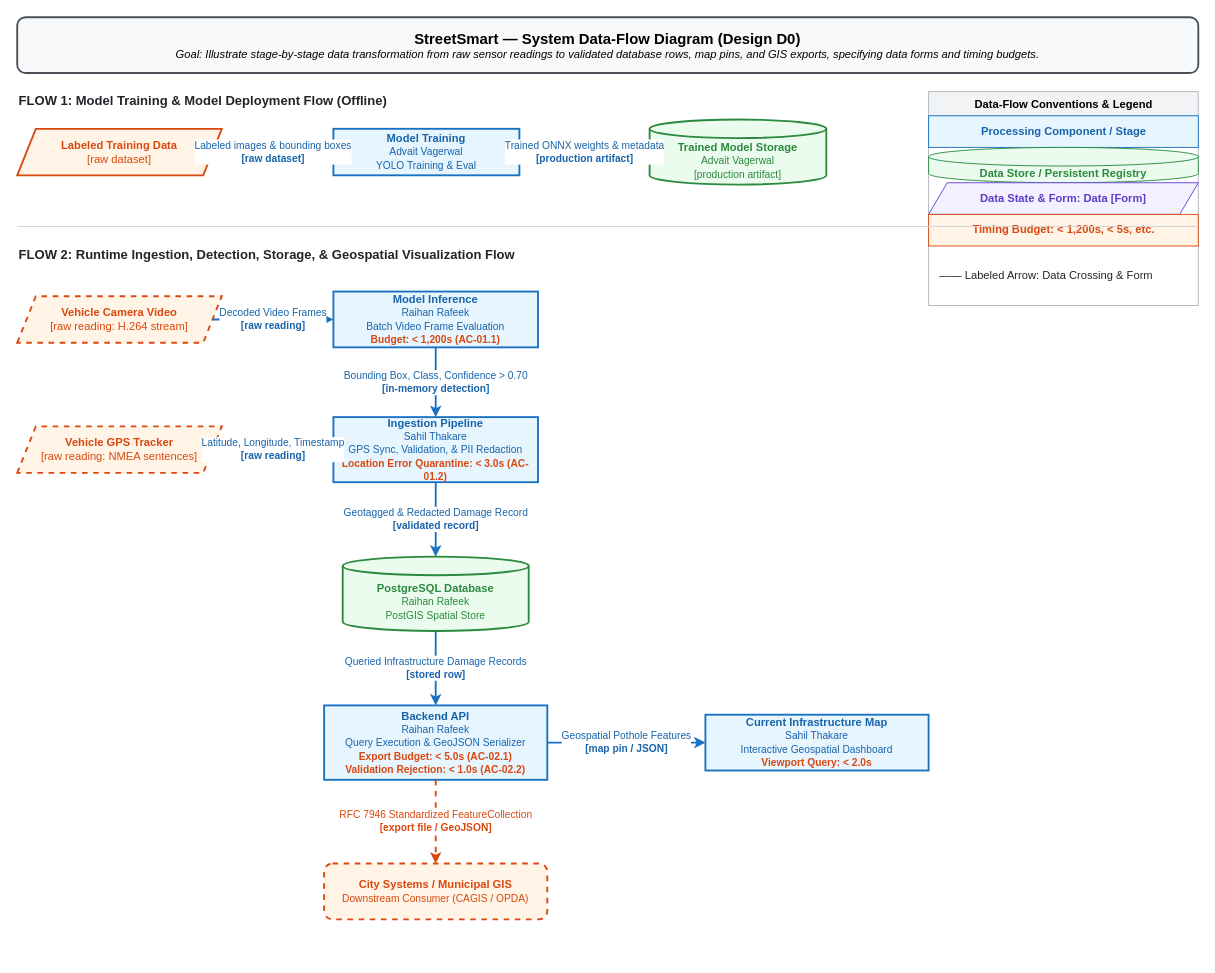
Advaitvag/StreetSmart-models keeps this draw.io diagram as SeniorDesign/Design_Diagrams/D0_Data_Flow_Diagram.drawio. Above is the earlier version. Source tidied: cells renumbered, new cells numbered last; positions are measured from the earlier drawing's top-left corner, leaving out a move shared by most shapes. Both pictures are drawn from the tidied source at 93%, with x=0, y=0 at pixel (17, 17).
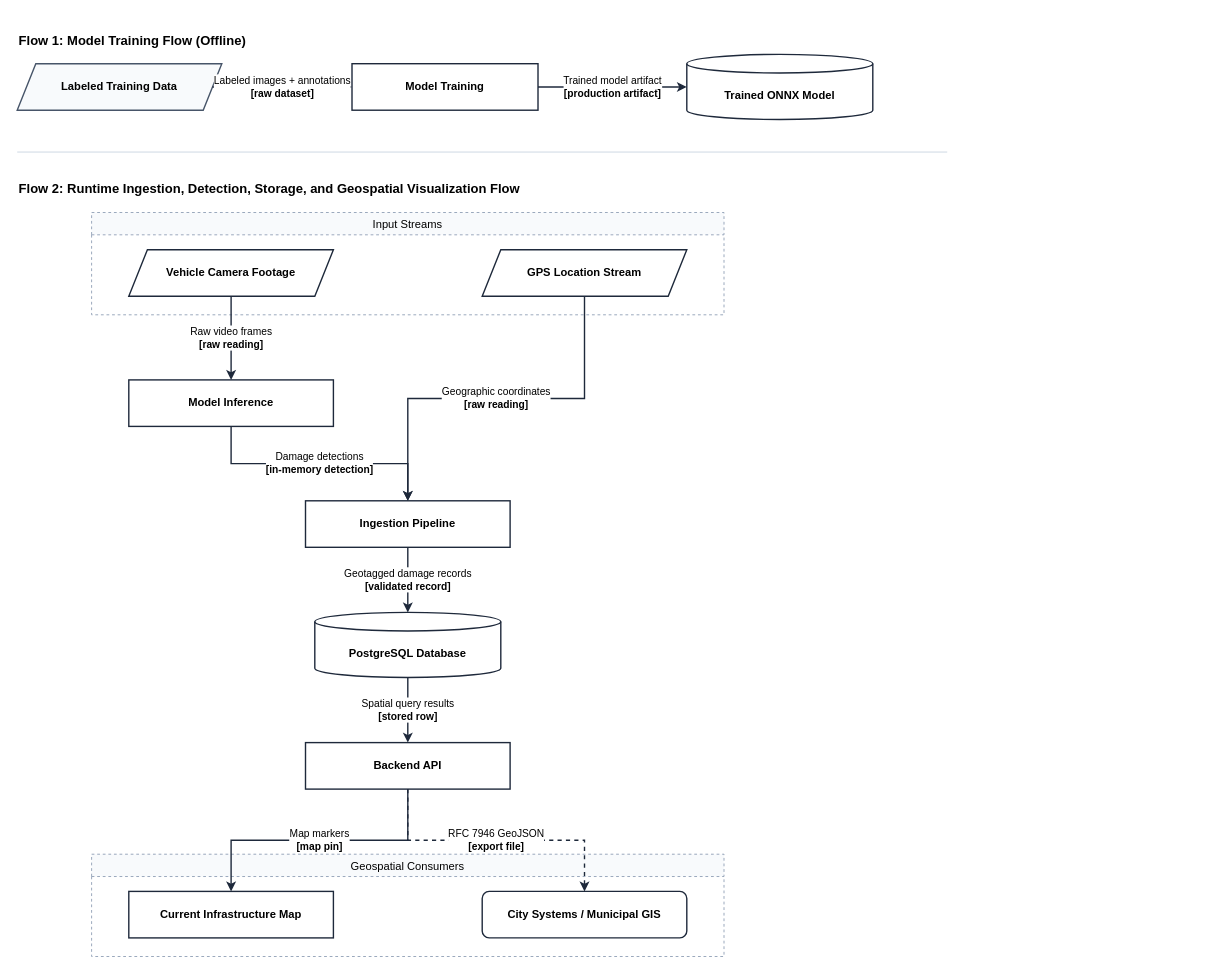
After the change.

Commit message (it also covers changes not shown here):
flow 2 diagram

Diff of the diagram source:
```diff
@@
-    <mxCell id="2" value="&lt;b style=&quot;font-size: 16px;&quot;&gt;StreetSmart — System Data-Flow Diagram (Design D0)&lt;/b&gt;&lt;br&gt;&lt;i&gt;Goal: Illustrate stage-by-stage data transformation from raw sensor readings to validated database rows, map pins, and GIS exports, specifying data forms and timing budgets.&lt;/i&gt;" style="rounded=1;whiteSpace=wrap;html=1;fillColor=#f8f9fa;strokeColor=#495057;strokeWidth=2;align=center;verticalAlign=middle;spacing=8;" parent="1" vertex="1">
-      <mxGeometry width="1270" height="60" as="geometry" />
-    </mxCell>
-    <mxCell id="3" value="&lt;b&gt;Data-Flow Conventions &amp; Legend&lt;/b&gt;" style="swimlane;fontStyle=1;align=center;verticalAlign=top;horizontal=1;startSize=26;html=1;fillColor=#f1f3f5;strokeColor=#adb5bd;" parent="1" vertex="1">
-      <mxGeometry x="980" y="80" width="290" height="230" as="geometry" />
-    </mxCell>
-    <mxCell id="4" value="Processing Component / Stage" style="text;strokeColor=#1971c2;fillColor=#e7f5ff;html=1;align=center;verticalAlign=middle;fontColor=#1864ab;fontStyle=1;spacing=4;" parent="3" vertex="1">
-      <mxGeometry y="26" width="290" height="34" as="geometry" />
-    </mxCell>
-    <mxCell id="5" value="Data Store / Persistent Registry" style="shape=cylinder3;whiteSpace=wrap;html=1;boundedLbl=1;backgroundOutline=1;size=10;fillColor=#ebfbee;strokeColor=#2b8a3e;fontColor=#2b8a3e;fontStyle=1;align=center;" parent="3" vertex="1">
-      <mxGeometry y="60" width="290" height="38" as="geometry" />
-    </mxCell>
-    <mxCell id="6" value="Data State &amp; Form: Data [Form]" style="shape=parallelogram;perimeter=parallelogramPerimeter;whiteSpace=wrap;html=1;fixedSize=1;fillColor=#f3f0ff;strokeColor=#6741d9;fontColor=#5f3dc4;fontStyle=1;" parent="3" vertex="1">
-      <mxGeometry y="98" width="290" height="34" as="geometry" />
-    </mxCell>
-    <mxCell id="7" value="Timing Budget: &lt; 1,200s, &lt; 5s, etc." style="text;strokeColor=#d9480f;fillColor=#fff4e6;html=1;align=center;verticalAlign=middle;fontColor=#d9480f;fontStyle=1;spacing=4;" parent="3" vertex="1">
-      <mxGeometry y="132" width="290" height="34" as="geometry" />
-    </mxCell>
-    <mxCell id="8" value="—— Labeled Arrow: Data Crossing &amp; Form" style="text;html=1;align=left;verticalAlign=middle;spacingLeft=10;fontColor=#212529;" parent="3" vertex="1">
-      <mxGeometry y="166" width="290" height="64" as="geometry" />
-    </mxCell>
-    <mxCell id="9" value="&lt;b style=&quot;font-size: 14px;&quot;&gt;FLOW 1: Model Training &amp; Model Deployment Flow (Offline)&lt;/b&gt;" style="text;html=1;align=left;verticalAlign=middle;fontColor=#212529;" parent="1" vertex="1">
-      <mxGeometry y="75" width="500" height="30" as="geometry" />
-    </mxCell>
-    <mxCell id="10" value="&lt;b&gt;Labeled Training Data&lt;/b&gt;&lt;br&gt;[raw dataset]" style="shape=parallelogram;perimeter=parallelogramPerimeter;whiteSpace=wrap;html=1;fixedSize=1;fillColor=#fff4e6;strokeColor=#d9480f;strokeWidth=2;fontColor=#d9480f;" parent="1" vertex="1">
-      <mxGeometry y="120" width="220" height="50" as="geometry" />
-    </mxCell>
+    <mxCell id="32" value="&lt;b style=&quot;font-size: 14px;&quot;&gt;Flow 1: Model Training Flow (Offline)&lt;/b&gt;" style="text;html=1;align=left;verticalAlign=middle;" parent="1" vertex="1">
+      <mxGeometry y="10" width="400" height="30" as="geometry" />
+    </mxCell>
+    <mxCell id="33" value="&lt;b&gt;Labeled Training Data&lt;/b&gt;" style="shape=parallelogram;perimeter=parallelogramPerimeter;whiteSpace=wrap;html=1;fixedSize=1;fillColor=#f8fafc;strokeColor=#475569;strokeWidth=1.5;" parent="1" vertex="1">
+      <mxGeometry y="50" width="220" height="50" as="geometry" />
+    </mxCell>
-    <mxCell id="11" value="&lt;b&gt;Model Training&lt;/b&gt;&lt;br&gt;&lt;font style=&quot;font-size: 11px;&quot;&gt;Advait Vagerwal&lt;br&gt;YOLO Training &amp; Eval&lt;/font&gt;" style="rounded=0;whiteSpace=wrap;html=1;fillColor=#e7f5ff;strokeColor=#1971c2;strokeWidth=2;fontColor=#1864ab;" parent="1" vertex="1">
-      <mxGeometry x="340" y="120" width="200" height="50" as="geometry" />
+    <mxCell id="11" value="&lt;b&gt;Model Training&lt;/b&gt;" style="rounded=0;whiteSpace=wrap;html=1;fillColor=#ffffff;strokeColor=#1e293b;strokeWidth=1.5;" parent="1" vertex="1">
+      <mxGeometry x="360" y="50" width="200" height="50" as="geometry" />
     </mxCell>
-    <mxCell id="12" value="&lt;b&gt;Trained Model Storage&lt;/b&gt;&lt;br&gt;&lt;font style=&quot;font-size: 11px;&quot;&gt;Advait Vagerwal&lt;br&gt;[production artifact]&lt;/font&gt;" style="shape=cylinder3;whiteSpace=wrap;html=1;boundedLbl=1;backgroundOutline=1;size=10;fillColor=#ebfbee;strokeColor=#2b8a3e;strokeWidth=2;fontColor=#2b8a3e;" parent="1" vertex="1">
-      <mxGeometry x="680" y="110" width="190" height="70" as="geometry" />
-    </mxCell>
-    <mxCell id="13" value="Labeled images &amp; bounding boxes&lt;br&gt;&lt;b&gt;[raw dataset]&lt;/b&gt;" style="edgeStyle=orthogonalEdgeStyle;rounded=0;jettySize=auto;html=1;strokeColor=#1971c2;strokeWidth=2;fontColor=#1864ab;" parent="1" edge="1" source="10" target="11">
-      <mxGeometry relative="1" as="geometry" />
-    </mxCell>
-    <mxCell id="14" value="Trained ONNX weights &amp; metadata&lt;br&gt;&lt;b&gt;[production artifact]&lt;/b&gt;" style="edgeStyle=orthogonalEdgeStyle;rounded=0;jettySize=auto;html=1;strokeColor=#1971c2;strokeWidth=2;fontColor=#1864ab;" parent="1" edge="1" source="11" target="12">
-      <mxGeometry relative="1" as="geometry" />
-    </mxCell>
-    <mxCell id="15" style="line;strokeWidth=1;strokeColor=#ced4da;html=1;" parent="1" vertex="1">
-      <mxGeometry y="220" width="1270" height="10" as="geometry" />
-    </mxCell>
-    <mxCell id="16" value="&lt;b style=&quot;font-size: 14px;&quot;&gt;FLOW 2: Runtime Ingestion, Detection, Storage, &amp; Geospatial Visualization Flow&lt;/b&gt;" style="text;html=1;align=left;verticalAlign=middle;fontColor=#212529;" parent="1" vertex="1">
-      <mxGeometry y="240" width="600" height="30" as="geometry" />
-    </mxCell>
-    <mxCell id="17" value="&lt;b&gt;Vehicle Camera Video&lt;/b&gt;&lt;br&gt;[raw reading: H.264 stream]" style="shape=parallelogram;perimeter=parallelogramPerimeter;whiteSpace=wrap;html=1;fixedSize=1;fillColor=#fff4e6;strokeColor=#d9480f;strokeWidth=2;dashed=1;fontColor=#d9480f;" parent="1" vertex="1">
-      <mxGeometry y="300" width="220" height="50" as="geometry" />
-    </mxCell>
+    <mxCell id="34" value="&lt;b&gt;Trained ONNX Model&lt;/b&gt;" style="shape=cylinder3;whiteSpace=wrap;html=1;boundedLbl=1;backgroundOutline=1;size=10;fillColor=#ffffff;strokeColor=#1e293b;strokeWidth=1.5;" parent="1" vertex="1">
+      <mxGeometry x="720" y="40" width="200" height="70" as="geometry" />
+    </mxCell>
+    <mxCell id="35" value="Labeled images + annotations&lt;br&gt;&lt;b&gt;[raw dataset]&lt;/b&gt;" style="edgeStyle=orthogonalEdgeStyle;rounded=0;jettySize=auto;html=1;strokeColor=#1e293b;strokeWidth=1.5;" parent="1" edge="1" source="33" target="11">
+      <mxGeometry relative="1" as="geometry" />
+    </mxCell>
+    <mxCell id="36" value="Trained model artifact&lt;br&gt;&lt;b&gt;[production artifact]&lt;/b&gt;" style="edgeStyle=orthogonalEdgeStyle;rounded=0;jettySize=auto;html=1;strokeColor=#1e293b;strokeWidth=1.5;" parent="1" edge="1" source="11" target="34">
+      <mxGeometry relative="1" as="geometry" />
+    </mxCell>
+    <mxCell id="37" style="line;strokeWidth=1;strokeColor=#cbd5e1;html=1;" parent="1" vertex="1">
+      <mxGeometry y="140" width="1000" height="10" as="geometry" />
+    </mxCell>
+    <mxCell id="38" value="&lt;b style=&quot;font-size: 14px;&quot;&gt;Flow 2: Runtime Ingestion, Detection, Storage, and Geospatial Visualization Flow&lt;/b&gt;" style="text;html=1;align=left;verticalAlign=middle;" parent="1" vertex="1">
+      <mxGeometry y="170" width="600" height="30" as="geometry" />
+    </mxCell>
+    <mxCell id="39" value="Input Streams" style="swimlane;dashed=1;strokeColor=#94a3b8;fillColor=#f8fafc;startSize=24;fontStyle=0;align=center;" parent="1" vertex="1">
+      <mxGeometry x="80" y="210" width="680" height="110" as="geometry" />
+    </mxCell>
+    <mxCell id="40" value="&lt;b&gt;Vehicle Camera Footage&lt;/b&gt;" style="shape=parallelogram;perimeter=parallelogramPerimeter;whiteSpace=wrap;html=1;fixedSize=1;fillColor=#ffffff;strokeColor=#1e293b;strokeWidth=1.5;" parent="39" vertex="1">
+      <mxGeometry x="40" y="40" width="220" height="50" as="geometry" />
+    </mxCell>
-    <mxCell id="18" value="&lt;b&gt;Vehicle GPS Tracker&lt;/b&gt;&lt;br&gt;[raw reading: NMEA sentences]" style="shape=parallelogram;perimeter=parallelogramPerimeter;whiteSpace=wrap;html=1;fixedSize=1;fillColor=#fff4e6;strokeColor=#d9480f;strokeWidth=2;dashed=1;fontColor=#d9480f;" parent="1" vertex="1">
-      <mxGeometry y="440" width="220" height="50" as="geometry" />
+    <mxCell id="18" value="&lt;b&gt;GPS Location Stream&lt;/b&gt;" style="shape=parallelogram;perimeter=parallelogramPerimeter;whiteSpace=wrap;html=1;fixedSize=1;fillColor=#ffffff;strokeColor=#1e293b;strokeWidth=1.5;" parent="39" vertex="1">
+      <mxGeometry x="420" y="40" width="220" height="50" as="geometry" />
     </mxCell>
-    <mxCell id="19" value="&lt;b&gt;Model Inference&lt;/b&gt;&lt;br&gt;&lt;font style=&quot;font-size: 11px;&quot;&gt;Raihan Rafeek&lt;br&gt;Batch Video Frame Evaluation&lt;br&gt;&lt;b style=&quot;color:#d9480f;&quot;&gt;Budget: &amp;lt; 1,200s (AC-01.1)&lt;/b&gt;&lt;/font&gt;" style="rounded=0;whiteSpace=wrap;html=1;fillColor=#e7f5ff;strokeColor=#1971c2;strokeWidth=2;fontColor=#1864ab;" parent="1" vertex="1">
-      <mxGeometry x="340" y="295" width="220" height="60" as="geometry" />
-    </mxCell>
-    <mxCell id="20" value="&lt;b&gt;Ingestion Pipeline&lt;/b&gt;&lt;br&gt;&lt;font style=&quot;font-size: 11px;&quot;&gt;Sahil Thakare&lt;br&gt;GPS Sync, Validation, &amp; PII Redaction&lt;br&gt;&lt;b style=&quot;color:#d9480f;&quot;&gt;Location Error Quarantine: &amp;lt; 3.0s (AC-01.2)&lt;/b&gt;&lt;/font&gt;" style="rounded=0;whiteSpace=wrap;html=1;fillColor=#e7f5ff;strokeColor=#1971c2;strokeWidth=2;fontColor=#1864ab;" parent="1" vertex="1">
-      <mxGeometry x="340" y="430" width="220" height="70" as="geometry" />
-    </mxCell>
+    <mxCell id="41" value="&lt;b&gt;Model Inference&lt;/b&gt;" style="rounded=0;whiteSpace=wrap;html=1;fillColor=#ffffff;strokeColor=#1e293b;strokeWidth=1.5;" parent="1" vertex="1">
+      <mxGeometry x="120" y="390" width="220" height="50" as="geometry" />
+    </mxCell>
+    <mxCell id="42" value="&lt;b&gt;Ingestion Pipeline&lt;/b&gt;" style="rounded=0;whiteSpace=wrap;html=1;fillColor=#ffffff;strokeColor=#1e293b;strokeWidth=1.5;" parent="1" vertex="1">
+      <mxGeometry x="310" y="520" width="220" height="50" as="geometry" />
+    </mxCell>
-    <mxCell id="21" value="&lt;b&gt;PostgreSQL Database&lt;/b&gt;&lt;br&gt;&lt;font style=&quot;font-size: 11px;&quot;&gt;Raihan Rafeek&lt;br&gt;PostGIS Spatial Store&lt;/font&gt;" style="shape=cylinder3;whiteSpace=wrap;html=1;boundedLbl=1;backgroundOutline=1;size=10;fillColor=#ebfbee;strokeColor=#2b8a3e;strokeWidth=2;fontColor=#2b8a3e;" parent="1" vertex="1">
-      <mxGeometry x="350" y="580" width="200" height="80" as="geometry" />
+    <mxCell id="21" value="&lt;b&gt;PostgreSQL Database&lt;/b&gt;" style="shape=cylinder3;whiteSpace=wrap;html=1;boundedLbl=1;backgroundOutline=1;size=10;fillColor=#ffffff;strokeColor=#1e293b;strokeWidth=1.5;" parent="1" vertex="1">
+      <mxGeometry x="320" y="640" width="200" height="70" as="geometry" />
     </mxCell>
-    <mxCell id="22" value="&lt;b&gt;Backend API&lt;/b&gt;&lt;br&gt;&lt;font style=&quot;font-size: 11px;&quot;&gt;Raihan Rafeek&lt;br&gt;Query Execution &amp; GeoJSON Serializer&lt;br&gt;&lt;b style=&quot;color:#d9480f;&quot;&gt;Export Budget: &amp;lt; 5.0s (AC-02.1)&lt;br&gt;Validation Rejection: &amp;lt; 1.0s (AC-02.2)&lt;/b&gt;&lt;/font&gt;" style="rounded=0;whiteSpace=wrap;html=1;fillColor=#e7f5ff;strokeColor=#1971c2;strokeWidth=2;fontColor=#1864ab;" parent="1" vertex="1">
-      <mxGeometry x="330" y="740" width="240" height="80" as="geometry" />
+    <mxCell id="22" value="&lt;b&gt;Backend API&lt;/b&gt;" style="rounded=0;whiteSpace=wrap;html=1;fillColor=#ffffff;strokeColor=#1e293b;strokeWidth=1.5;" parent="1" vertex="1">
+      <mxGeometry x="310" y="780" width="220" height="50" as="geometry" />
     </mxCell>
+    <mxCell id="43" value="Geospatial Consumers" style="swimlane;dashed=1;strokeColor=#94a3b8;fillColor=#f8fafc;startSize=24;fontStyle=0;align=center;" parent="1" vertex="1">
+      <mxGeometry x="80" y="900" width="680" height="110" as="geometry" />
+    </mxCell>
-    <mxCell id="23" value="&lt;b&gt;Current Infrastructure Map&lt;/b&gt;&lt;br&gt;&lt;font style=&quot;font-size: 11px;&quot;&gt;Sahil Thakare&lt;br&gt;Interactive Geospatial Dashboard&lt;br&gt;&lt;b style=&quot;color:#d9480f;&quot;&gt;Viewport Query: &amp;lt; 2.0s&lt;/b&gt;&lt;/font&gt;" style="rounded=0;whiteSpace=wrap;html=1;fillColor=#e7f5ff;strokeColor=#1971c2;strokeWidth=2;fontColor=#1864ab;" parent="1" vertex="1">
-      <mxGeometry x="740" y="750" width="240" height="60" as="geometry" />
+    <mxCell id="23" value="&lt;b&gt;Current Infrastructure Map&lt;/b&gt;" style="rounded=0;whiteSpace=wrap;html=1;fillColor=#ffffff;strokeColor=#1e293b;strokeWidth=1.5;" parent="43" vertex="1">
+      <mxGeometry x="40" y="40" width="220" height="50" as="geometry" />
     </mxCell>
-    <mxCell id="24" value="&lt;b&gt;City Systems / Municipal GIS&lt;/b&gt;&lt;br&gt;&lt;font style=&quot;font-size: 11px;&quot;&gt;Downstream Consumer (CAGIS / OPDA)&lt;/font&gt;" style="rounded=1;whiteSpace=wrap;html=1;dashed=1;fillColor=#fff4e6;strokeColor=#d9480f;strokeWidth=2;fontColor=#d9480f;" parent="1" vertex="1">
-      <mxGeometry x="330" y="910" width="240" height="60" as="geometry" />
+    <mxCell id="24" value="&lt;b&gt;City Systems / Municipal GIS&lt;/b&gt;" style="rounded=1;whiteSpace=wrap;html=1;fillColor=#ffffff;strokeColor=#1e293b;strokeWidth=1.5;" parent="43" vertex="1">
+      <mxGeometry x="420" y="40" width="220" height="50" as="geometry" />
     </mxCell>
-    <mxCell id="25" value="Decoded Video Frames&lt;br&gt;&lt;b&gt;[raw reading]&lt;/b&gt;" style="edgeStyle=orthogonalEdgeStyle;rounded=0;jettySize=auto;html=1;strokeColor=#1971c2;strokeWidth=2;fontColor=#1864ab;" parent="1" edge="1" source="17" target="19">
-      <mxGeometry relative="1" as="geometry" />
-    </mxCell>
-    <mxCell id="26" value="Latitude, Longitude, Timestamp&lt;br&gt;&lt;b&gt;[raw reading]&lt;/b&gt;" style="edgeStyle=orthogonalEdgeStyle;rounded=0;jettySize=auto;html=1;strokeColor=#1971c2;strokeWidth=2;fontColor=#1864ab;" parent="1" edge="1" source="18" target="20">
-      <mxGeometry relative="1" as="geometry" />
-    </mxCell>
-    <mxCell id="27" value="Bounding Box, Class, Confidence &amp;gt; 0.70&lt;br&gt;&lt;b&gt;[in-memory detection]&lt;/b&gt;" style="edgeStyle=orthogonalEdgeStyle;rounded=0;jettySize=auto;html=1;strokeColor=#1971c2;strokeWidth=2;fontColor=#1864ab;" parent="1" edge="1" source="19" target="20">
-      <mxGeometry relative="1" as="geometry" />
-    </mxCell>
-    <mxCell id="28" value="Geotagged &amp; Redacted Damage Record&lt;br&gt;&lt;b&gt;[validated record]&lt;/b&gt;" style="edgeStyle=orthogonalEdgeStyle;rounded=0;jettySize=auto;html=1;strokeColor=#1971c2;strokeWidth=2;fontColor=#1864ab;" parent="1" edge="1" source="20" target="21">
-      <mxGeometry relative="1" as="geometry" />
-    </mxCell>
+    <mxCell id="44" value="Raw video frames&lt;br&gt;&lt;b&gt;[raw reading]&lt;/b&gt;" style="edgeStyle=orthogonalEdgeStyle;rounded=0;jettySize=auto;html=1;strokeColor=#1e293b;strokeWidth=1.5;" parent="1" edge="1" source="40" target="41">
+      <mxGeometry relative="1" as="geometry" />
+    </mxCell>
+    <mxCell id="45" value="Damage detections&lt;br&gt;&lt;b&gt;[in-memory detection]&lt;/b&gt;" style="edgeStyle=orthogonalEdgeStyle;rounded=0;jettySize=auto;html=1;strokeColor=#1e293b;strokeWidth=1.5;" parent="1" edge="1" source="41" target="42">
+      <mxGeometry relative="1" as="geometry" />
+    </mxCell>
+    <mxCell id="46" value="Geographic coordinates&lt;br&gt;&lt;b&gt;[raw reading]&lt;/b&gt;" style="edgeStyle=orthogonalEdgeStyle;rounded=0;jettySize=auto;html=1;strokeColor=#1e293b;strokeWidth=1.5;" parent="1" edge="1" source="18" target="42">
+      <mxGeometry relative="1" as="geometry" />
+    </mxCell>
+    <mxCell id="47" value="Geotagged damage records&lt;br&gt;&lt;b&gt;[validated record]&lt;/b&gt;" style="edgeStyle=orthogonalEdgeStyle;rounded=0;jettySize=auto;html=1;strokeColor=#1e293b;strokeWidth=1.5;" parent="1" edge="1" source="42" target="21">
+      <mxGeometry relative="1" as="geometry" />
+    </mxCell>
-    <mxCell id="29" value="Queried Infrastructure Damage Records&lt;br&gt;&lt;b&gt;[stored row]&lt;/b&gt;" style="edgeStyle=orthogonalEdgeStyle;rounded=0;jettySize=auto;html=1;strokeColor=#1971c2;strokeWidth=2;fontColor=#1864ab;" parent="1" edge="1" source="21" target="22">
+    <mxCell id="29" value="Spatial query results&lt;br&gt;&lt;b&gt;[stored row]&lt;/b&gt;" style="edgeStyle=orthogonalEdgeStyle;rounded=0;jettySize=auto;html=1;strokeColor=#1e293b;strokeWidth=1.5;" parent="1" edge="1" source="21" target="22">
       <mxGeometry relative="1" as="geometry" />
     </mxCell>
-    <mxCell id="30" value="Geospatial Pothole Features&lt;br&gt;&lt;b&gt;[map pin / JSON]&lt;/b&gt;" style="edgeStyle=orthogonalEdgeStyle;rounded=0;jettySize=auto;html=1;strokeColor=#1971c2;strokeWidth=2;fontColor=#1864ab;" parent="1" edge="1" source="22" target="23">
+    <mxCell id="30" value="Map markers&lt;br&gt;&lt;b&gt;[map pin]&lt;/b&gt;" style="edgeStyle=orthogonalEdgeStyle;rounded=0;jettySize=auto;html=1;strokeColor=#1e293b;strokeWidth=1.5;" parent="1" edge="1" source="22" target="23">
       <mxGeometry relative="1" as="geometry" />
     </mxCell>
-    <mxCell id="31" value="RFC 7946 Standardized FeatureCollection&lt;br&gt;&lt;b&gt;[export file / GeoJSON]&lt;/b&gt;" style="edgeStyle=orthogonalEdgeStyle;rounded=0;jettySize=auto;html=1;strokeColor=#d9480f;strokeWidth=2;dashed=1;fontColor=#d9480f;" parent="1" edge="1" source="22" target="24">
+    <mxCell id="31" value="RFC 7946 GeoJSON&lt;br&gt;&lt;b&gt;[export file]&lt;/b&gt;" style="edgeStyle=orthogonalEdgeStyle;rounded=0;jettySize=auto;html=1;strokeColor=#1e293b;strokeWidth=1.5;dashed=1;" parent="1" edge="1" source="22" target="24">
       <mxGeometry relative="1" as="geometry" />
     </mxCell>
```
